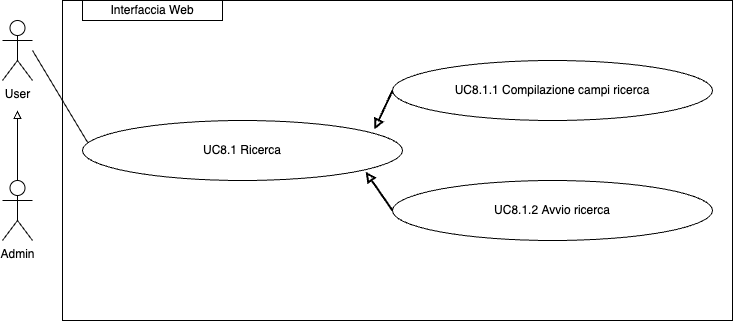
The draw.io diagram imgs/Uml/UC8.1.png in ShameIRL/farmacode, before a commit. Source tidied: cells renumbered, new cells last; positions are measured from the earlier drawing's top-left corner, leaving out a move shared by most shapes. Its diagram source:
```xml
<mxGraphModel>
  <root>
    <mxCell id="0" />
    <mxCell id="1" parent="0" />
    <mxCell id="2" style="edgeStyle=orthogonalEdgeStyle;rounded=0;jettySize=auto;html=1;exitX=0.5;exitY=0;exitDx=0;exitDy=0;exitPerimeter=0;endArrow=block;endFill=0;" parent="1" edge="1" source="3">
      <mxGeometry relative="1" as="geometry">
        <mxPoint x="15" y="110" as="targetPoint" />
      </mxGeometry>
    </mxCell>
    <mxCell id="3" value="Admin" style="shape=umlActor;verticalLabelPosition=bottom;verticalAlign=top;html=1;outlineConnect=0;" parent="1" vertex="1">
      <mxGeometry y="180" width="30" height="60" as="geometry" />
    </mxCell>
    <mxCell id="4" value="User" style="shape=umlActor;verticalLabelPosition=bottom;verticalAlign=top;html=1;" parent="1" vertex="1">
      <mxGeometry y="20" width="30" height="60" as="geometry" />
    </mxCell>
    <mxCell id="5" style="endArrow=none;html=1;rounded=0;entryX=0;entryY=0.5;entryDx=0;entryDy=0;" parent="1" edge="1">
      <mxGeometry relative="1" as="geometry">
        <mxPoint x="30" y="50" as="sourcePoint" />
        <mxPoint x="90" y="150" as="targetPoint" />
      </mxGeometry>
    </mxCell>
    <mxCell id="6" value="Interfaccia Web" style="rounded=0;whiteSpace=wrap;html=1;" parent="1" vertex="1">
      <mxGeometry x="80" width="140" height="20" as="geometry" />
    </mxCell>
    <mxCell id="7" value="UC8.1.1 Compilazione campi ricerca" style="ellipse;whiteSpace=wrap;html=1;" parent="1" vertex="1">
      <mxGeometry x="390" y="60" width="320" height="60" as="geometry" />
    </mxCell>
    <mxCell id="8" value="UC8.1.2&amp;nbsp;Avvio ricerca" style="ellipse;whiteSpace=wrap;html=1;" parent="1" vertex="1">
      <mxGeometry x="390" y="180" width="320" height="60" as="geometry" />
    </mxCell>
    <mxCell id="9" style="endArrow=none;html=1;rounded=0;entryX=0;entryY=0.5;entryDx=0;entryDy=0;startArrow=block;startFill=0;strokeWidth=2;exitX=0.881;exitY=0.15;exitDx=0;exitDy=0;exitPerimeter=0;" parent="1" edge="1">
      <mxGeometry relative="1" as="geometry">
        <mxPoint x="371.9" y="129" as="sourcePoint" />
        <mxPoint x="390" y="90" as="targetPoint" />
      </mxGeometry>
    </mxCell>
    <mxCell id="10" style="endArrow=none;html=1;rounded=0;entryX=0;entryY=0.5;entryDx=0;entryDy=0;startArrow=block;startFill=0;strokeWidth=2;exitX=1;exitY=1;exitDx=0;exitDy=0;" parent="1" edge="1" target="8">
      <mxGeometry relative="1" as="geometry">
        <mxPoint x="363.1" y="171.2" as="sourcePoint" />
      </mxGeometry>
    </mxCell>
    <mxCell id="11" value="UC8.1 Ricerca" style="ellipse;whiteSpace=wrap;html=1;" parent="1" vertex="1">
      <mxGeometry x="80" y="120" width="320" height="60" as="geometry" />
    </mxCell>
    <mxCell id="12" style="rounded=0;whiteSpace=wrap;html=1;fillColor=none;" parent="1" vertex="1">
      <mxGeometry x="60" width="670" height="320" as="geometry" />
    </mxCell>
  </root>
</mxGraphModel>
```
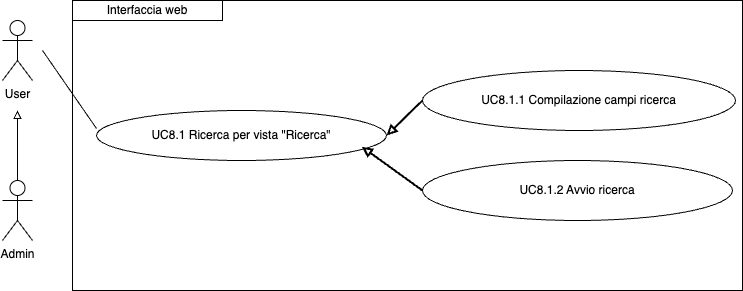
The same diagram one commit later.

Diff of the diagram source:
```diff
@@ -2,48 +2,42 @@
   <root>
     <mxCell id="0" />
     <mxCell id="1" parent="0" />
-    <mxCell id="2" style="edgeStyle=orthogonalEdgeStyle;rounded=0;jettySize=auto;html=1;exitX=0.5;exitY=0;exitDx=0;exitDy=0;exitPerimeter=0;endArrow=block;endFill=0;" parent="1" edge="1" source="3">
-      <mxGeometry relative="1" as="geometry">
-        <mxPoint x="15" y="110" as="targetPoint" />
-      </mxGeometry>
-    </mxCell>
+    <mxCell id="7" value="UC8.1.1 Compilazione campi ricerca" style="ellipse;whiteSpace=wrap;html=1;" parent="1" vertex="1">
+      <mxGeometry x="350" y="180" width="313" height="60" as="geometry" />
+    </mxCell>
+    <mxCell id="8" value="UC8.1.2 Avvio ricerca" style="ellipse;whiteSpace=wrap;html=1;" parent="1" vertex="1">
+      <mxGeometry x="350" y="270" width="310" height="60" as="geometry" />
+    </mxCell>
+    <mxCell id="13" value="UC8.1 Ricerca per vista &quot;Ricerca&quot;" style="ellipse;whiteSpace=wrap;html=1;" parent="1" vertex="1">
+      <mxGeometry x="24" y="220" width="290" height="50" as="geometry" />
+    </mxCell>
+    <mxCell id="14" style="endArrow=none;html=1;rounded=0;entryX=0;entryY=0.36;entryDx=0;entryDy=0;entryPerimeter=0;" parent="1" edge="1" target="13">
+      <mxGeometry relative="1" as="geometry">
+        <mxPoint x="-30" y="160" as="sourcePoint" />
+      </mxGeometry>
+    </mxCell>
+    <mxCell id="15" style="endArrow=none;html=1;rounded=0;entryX=0;entryY=0.5;entryDx=0;entryDy=0;startArrow=block;startFill=0;strokeWidth=2;exitX=1;exitY=0.5;exitDx=0;exitDy=0;" parent="1" edge="1" source="13" target="7">
+      <mxGeometry relative="1" as="geometry" />
+    </mxCell>
+    <mxCell id="16" style="endArrow=none;html=1;rounded=0;entryX=0;entryY=0.5;entryDx=0;entryDy=0;startArrow=block;startFill=0;strokeWidth=2;exitX=0.915;exitY=0.725;exitDx=0;exitDy=0;exitPerimeter=0;" parent="1" edge="1" source="13" target="8">
+      <mxGeometry relative="1" as="geometry" />
+    </mxCell>
+    <mxCell id="17" value="Interfaccia web" style="rounded=0;whiteSpace=wrap;html=1;" parent="1" vertex="1">
+      <mxGeometry y="110" width="150" height="20" as="geometry" />
+    </mxCell>
+    <mxCell id="18" style="edgeStyle=orthogonalEdgeStyle;rounded=0;jettySize=auto;html=1;exitX=0.5;exitY=0;exitDx=0;exitDy=0;exitPerimeter=0;endArrow=block;endFill=0;" parent="1" edge="1" source="3">
+      <mxGeometry relative="1" as="geometry">
+        <mxPoint x="-55" y="220" as="targetPoint" />
+      </mxGeometry>
+    </mxCell>
     <mxCell id="3" value="Admin" style="shape=umlActor;verticalLabelPosition=bottom;verticalAlign=top;html=1;outlineConnect=0;" parent="1" vertex="1">
-      <mxGeometry y="180" width="30" height="60" as="geometry" />
+      <mxGeometry x="-70" y="290" width="30" height="60" as="geometry" />
     </mxCell>
     <mxCell id="4" value="User" style="shape=umlActor;verticalLabelPosition=bottom;verticalAlign=top;html=1;" parent="1" vertex="1">
-      <mxGeometry y="20" width="30" height="60" as="geometry" />
+      <mxGeometry x="-70" y="130" width="30" height="60" as="geometry" />
     </mxCell>
-    <mxCell id="5" style="endArrow=none;html=1;rounded=0;entryX=0;entryY=0.5;entryDx=0;entryDy=0;" parent="1" edge="1">
-      <mxGeometry relative="1" as="geometry">
-        <mxPoint x="30" y="50" as="sourcePoint" />
-        <mxPoint x="90" y="150" as="targetPoint" />
-      </mxGeometry>
-    </mxCell>
-    <mxCell id="6" value="Interfaccia Web" style="rounded=0;whiteSpace=wrap;html=1;" parent="1" vertex="1">
-      <mxGeometry x="80" width="140" height="20" as="geometry" />
-    </mxCell>
-    <mxCell id="7" value="UC8.1.1 Compilazione campi ricerca" style="ellipse;whiteSpace=wrap;html=1;" parent="1" vertex="1">
-      <mxGeometry x="390" y="60" width="320" height="60" as="geometry" />
-    </mxCell>
-    <mxCell id="8" value="UC8.1.2&amp;nbsp;Avvio ricerca" style="ellipse;whiteSpace=wrap;html=1;" parent="1" vertex="1">
-      <mxGeometry x="390" y="180" width="320" height="60" as="geometry" />
-    </mxCell>
-    <mxCell id="9" style="endArrow=none;html=1;rounded=0;entryX=0;entryY=0.5;entryDx=0;entryDy=0;startArrow=block;startFill=0;strokeWidth=2;exitX=0.881;exitY=0.15;exitDx=0;exitDy=0;exitPerimeter=0;" parent="1" edge="1">
-      <mxGeometry relative="1" as="geometry">
-        <mxPoint x="371.9" y="129" as="sourcePoint" />
-        <mxPoint x="390" y="90" as="targetPoint" />
-      </mxGeometry>
-    </mxCell>
-    <mxCell id="10" style="endArrow=none;html=1;rounded=0;entryX=0;entryY=0.5;entryDx=0;entryDy=0;startArrow=block;startFill=0;strokeWidth=2;exitX=1;exitY=1;exitDx=0;exitDy=0;" parent="1" edge="1" target="8">
-      <mxGeometry relative="1" as="geometry">
-        <mxPoint x="363.1" y="171.2" as="sourcePoint" />
-      </mxGeometry>
-    </mxCell>
-    <mxCell id="11" value="UC8.1 Ricerca" style="ellipse;whiteSpace=wrap;html=1;" parent="1" vertex="1">
-      <mxGeometry x="80" y="120" width="320" height="60" as="geometry" />
-    </mxCell>
-    <mxCell id="12" style="rounded=0;whiteSpace=wrap;html=1;fillColor=none;" parent="1" vertex="1">
-      <mxGeometry x="60" width="670" height="320" as="geometry" />
-    </mxCell>
+    <mxCell id="19" style="rounded=0;whiteSpace=wrap;html=1;fillColor=none;" parent="1" vertex="1">
+      <mxGeometry y="110" width="670" height="290" as="geometry" />
+    </mxCell>
   </root>
 </mxGraphModel>
```
